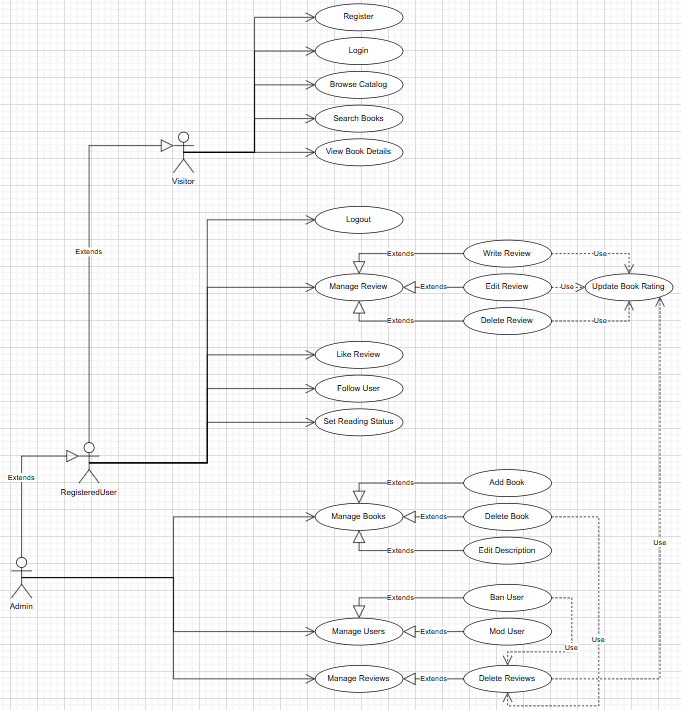
Above: lab2/src/UseCase.png in FruitPug/components-of-software-engineering-labs (PlantUML), before the change. Its source is kept beside it as lab2/src/UseCase.puml.
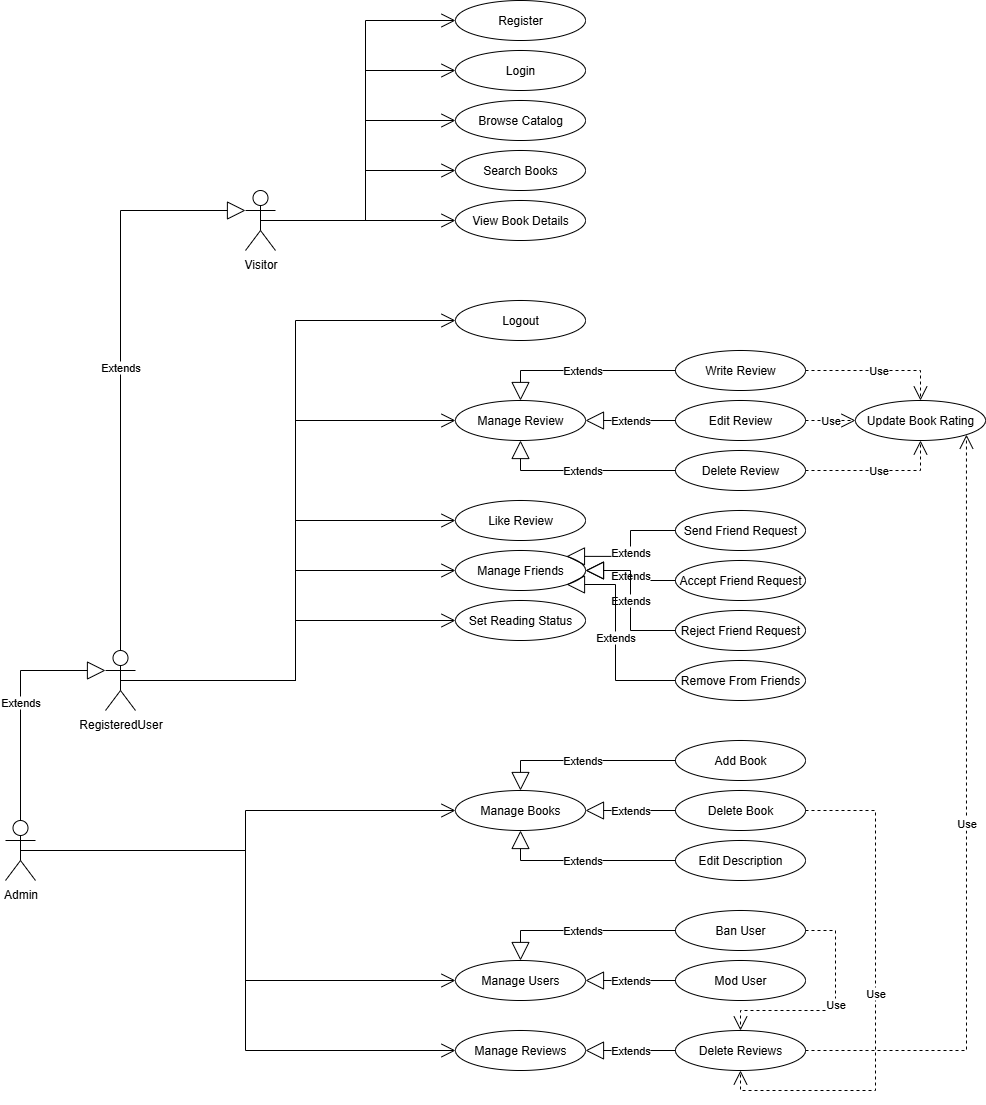
The same file after the commit.

Commit message:
fixed friends management in the diagram

Change to the diagram source:
```diff
@@ -20,7 +20,12 @@
 usecase "Edit Review" as UC_EditReview
 usecase "Delete Review" as UC_DeleteReview
 usecase "Like Review" as UC_LikeReview
-usecase "Follow User" as UC_FollowUser
+usecase "View Profile" as UC_ViewProfile
+usecase "Manage Friends" as UC_ManageFriends
+usecase "Send Friend Request" as UC_SendFriendRequest
+usecase "Accept Friend Request" as UC_AcceptFriendRequest
+usecase "Reject Friend Request" as UC_RejectFriendRequest
+usecase "Remove From Friends" as UC_RemoveFromFriends
 usecase "Set Reading Status" as UC_Status
 usecase "Report Review" as UC_ReportReview
 
@@ -45,7 +50,7 @@
 RegisteredUser --> UC_Logout
 RegisteredUser --> UC_ManageReview
 RegisteredUser --> UC_LikeReview
-RegisteredUser --> UC_FollowUser
+RegisteredUser --> UC_ManageFriends
 RegisteredUser --> UC_Status
 RegisteredUser --> UC_ReportReview
 
@@ -61,6 +66,11 @@
 UC_BanUser ..> UC_DeleteReviews : Use
 UC_DeleteReviews ..> UC_UpdateRating : Use
 
+UC_ManageFriends  <|-- UC_SendFriendRequest : Extends
+UC_ManageFriends  <|-- UC_AcceptFriendRequest : Extends
+UC_ManageFriends  <|-- UC_RejectFriendRequest : Extends
+UC_ManageFriends  <|-- UC_RemoveFromFriends : Extends
+
 UC_ManageReview <|-- UC_WriteReview : Extends
 UC_ManageReview <|-- UC_EditReview : Extends
 UC_ManageReview <|-- UC_DeleteReview : Extends
```
